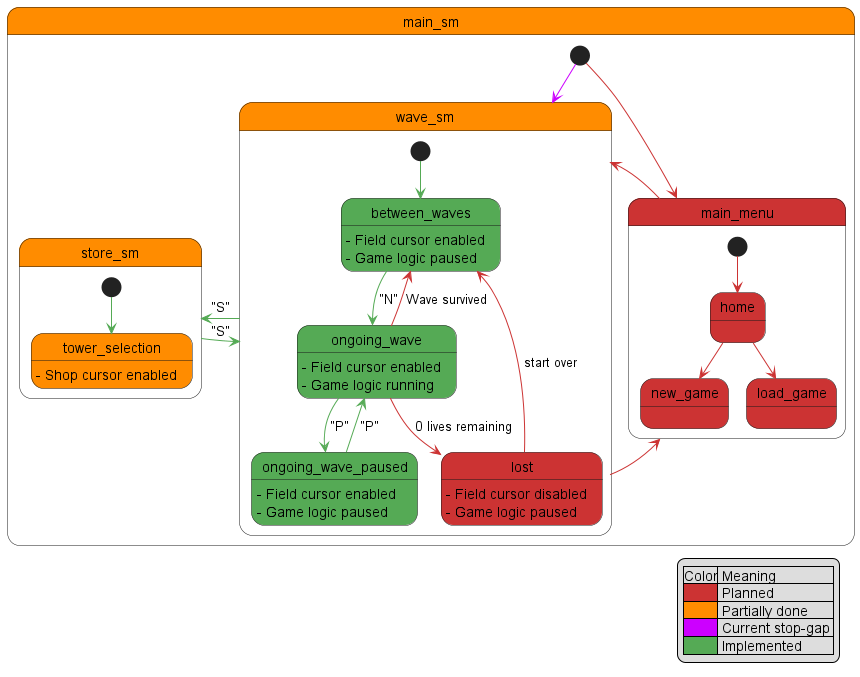
Earlier version of the PlantUML export doc/diagrams/state_machine.png (Dw4lt/towerdefense). Its diagram source:
```plantuml
@startuml
!define isdone #55AA55
!define ispartiallydone #ff8c00
!define isplanned #CC3333
!define istemporary #cc00ff

skinparam StateEndColor isplanned
skinparam StateStartColor isplanned
skinparam StateBackgroundColor isplanned
skinparam ArrowColor isplanned

state main_sm ispartiallydone {
    state main_menu {
        state home

        state new_game

        state load_game

        [*] --> home
        home --> new_game
        home --> load_game
    }

    state store_sm ispartiallydone {
        state tower_selection ispartiallydone {
            tower_selection: - Shop cursor enabled
        }

        [*] -[isdone]-> tower_selection
    }

    state wave_sm ispartiallydone {
        state between_waves isdone {
            between_waves: - Field cursor enabled
            between_waves: - Game logic paused
        }
        state ongoing_wave isdone {
            ongoing_wave: - Field cursor enabled
            ongoing_wave: - Game logic running
        }
        state ongoing_wave_paused isdone {
            ongoing_wave_paused: - Field cursor enabled
            ongoing_wave_paused: - Game logic paused
        }
        state lost {
            lost: - Field cursor disabled
            lost: - Game logic paused
        }

        [*] -[isdone]-> between_waves
        between_waves -[isdone]-> ongoing_wave: "N"
        ongoing_wave --> between_waves: Wave survived
        ongoing_wave --> lost: 0 lives remaining
        lost --> between_waves: start over
        ongoing_wave_paused -[isdone]-> ongoing_wave: "P"
        ongoing_wave -[isdone]-> ongoing_wave_paused: "P"
    }


    [*] -[istemporary]-> wave_sm
    [*] --> main_menu

    store_sm -[isdone]> wave_sm: "S"
    wave_sm -[isdone]> store_sm: "S"
    wave_sm -> main_menu
    main_menu -> wave_sm

}

legend bottom right
    |Color| Meaning |
    |<isplanned>| Planned |
    |<ispartiallydone>| Partially done |
    |<istemporary>| Current stop-gap |
    |<isdone>| Implemented |
endlegend

@enduml
```
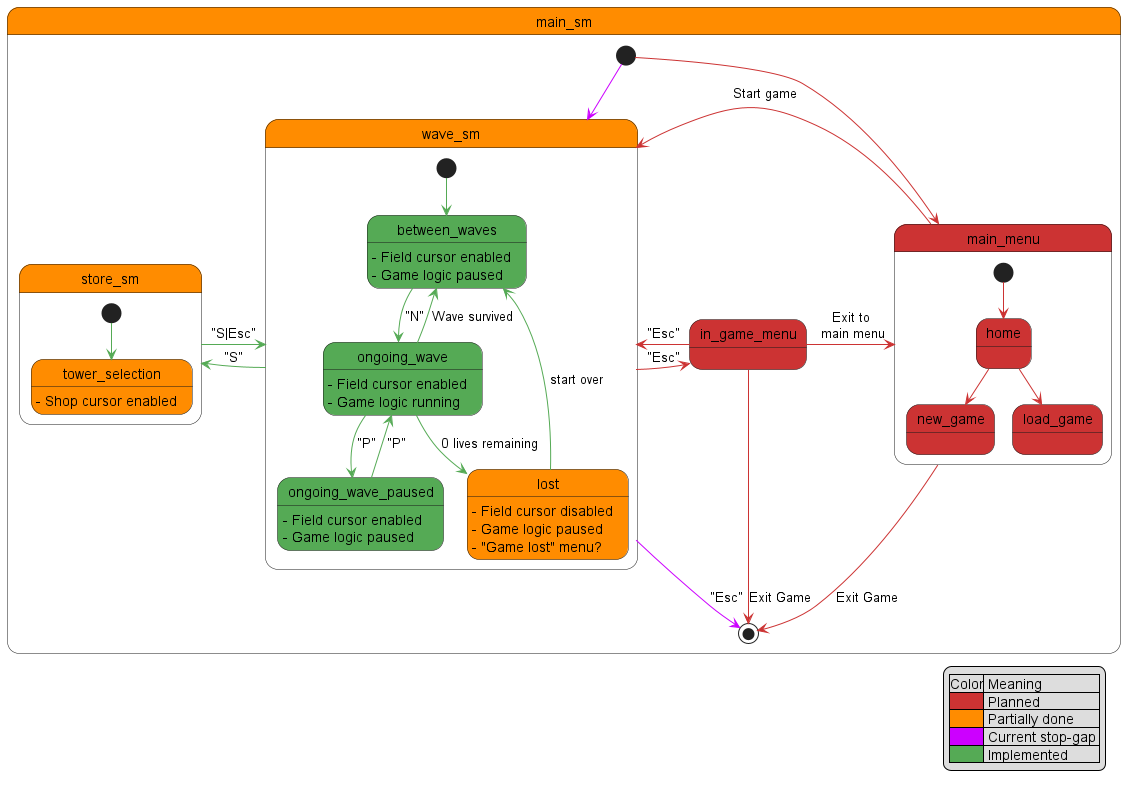
The same diagram one commit later.

Commit message:
Update state machine diagram

What changed in the source:
```diff
@@ -43,30 +43,42 @@
             ongoing_wave_paused: - Field cursor enabled
             ongoing_wave_paused: - Game logic paused
         }
-        state lost {
+        state lost ispartiallydone {
             lost: - Field cursor disabled
             lost: - Game logic paused
+            lost: - "Game lost" menu?
         }
 
         [*] -[isdone]-> between_waves
         between_waves -[isdone]-> ongoing_wave: "N"
-        ongoing_wave --> between_waves: Wave survived
-        ongoing_wave --> lost: 0 lives remaining
-        lost --> between_waves: start over
+        ongoing_wave -[isdone]-> between_waves: Wave survived
+        ongoing_wave -[isdone]-> lost: 0 lives remaining
+        lost -[isdone]-> between_waves: start over
         ongoing_wave_paused -[isdone]-> ongoing_wave: "P"
         ongoing_wave -[isdone]-> ongoing_wave_paused: "P"
+    }
+
+    state in_game_menu {
+
     }
 
 
     [*] -[istemporary]-> wave_sm
     [*] --> main_menu
 
-    store_sm -[isdone]> wave_sm: "S"
+    store_sm -[isdone]> wave_sm: "S|Esc"
     wave_sm -[isdone]> store_sm: "S"
-    wave_sm -> main_menu
-    main_menu -> wave_sm
+    wave_sm -> in_game_menu: "Esc"
+    in_game_menu -> wave_sm: "Esc"
+    in_game_menu -> main_menu : Exit to\n main menu
+    main_menu -> wave_sm : Start game
 
+
+    wave_sm -[istemporary]-> [*]: "Esc"
+    in_game_menu --> [*] : Exit Game
+    main_menu --> [*] : Exit Game
 }
+
 
 legend bottom right
     |Color| Meaning |
```
